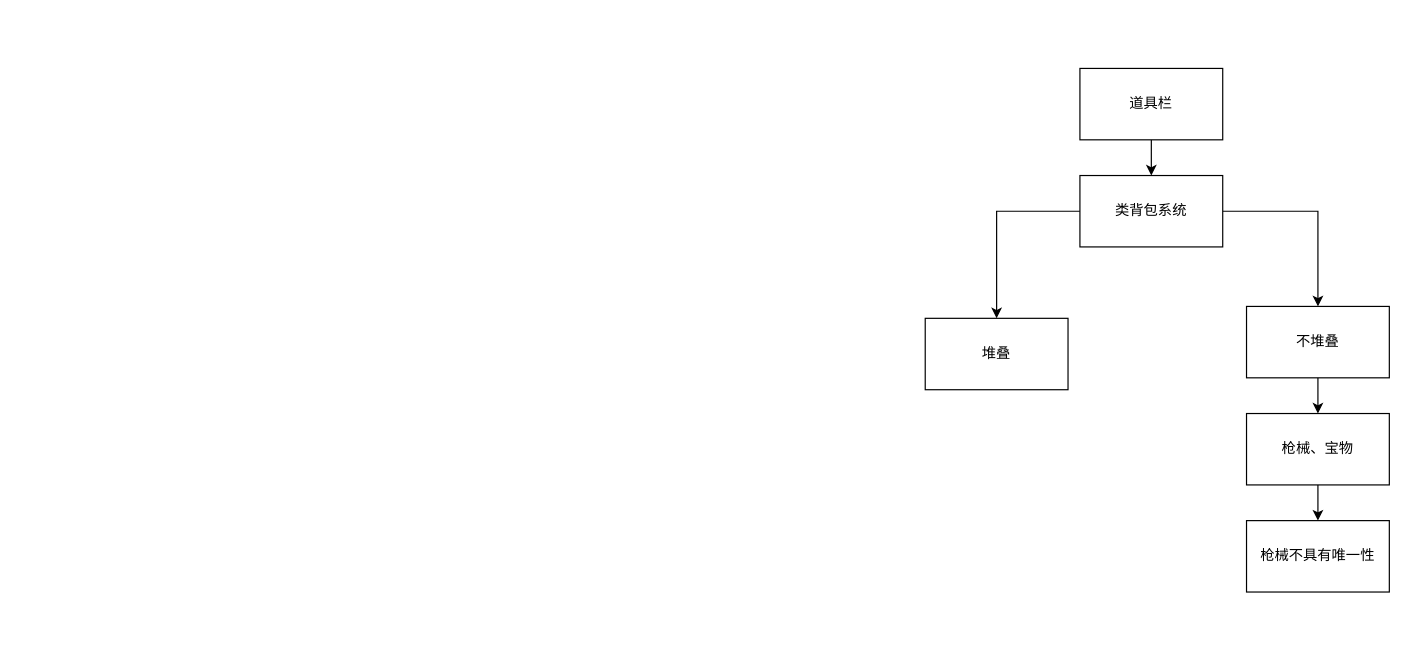
Before: 小镇玩法.drawio in junpfeng/UE, a draw.io diagram. Source tidied: cells renumbered, new cells numbered last; positions are measured from the earlier drawing's top-left corner, leaving out a move shared by most shapes. Both pictures are drawn from the tidied source at 119%, with x=0, y=0 at pixel (925, 68).
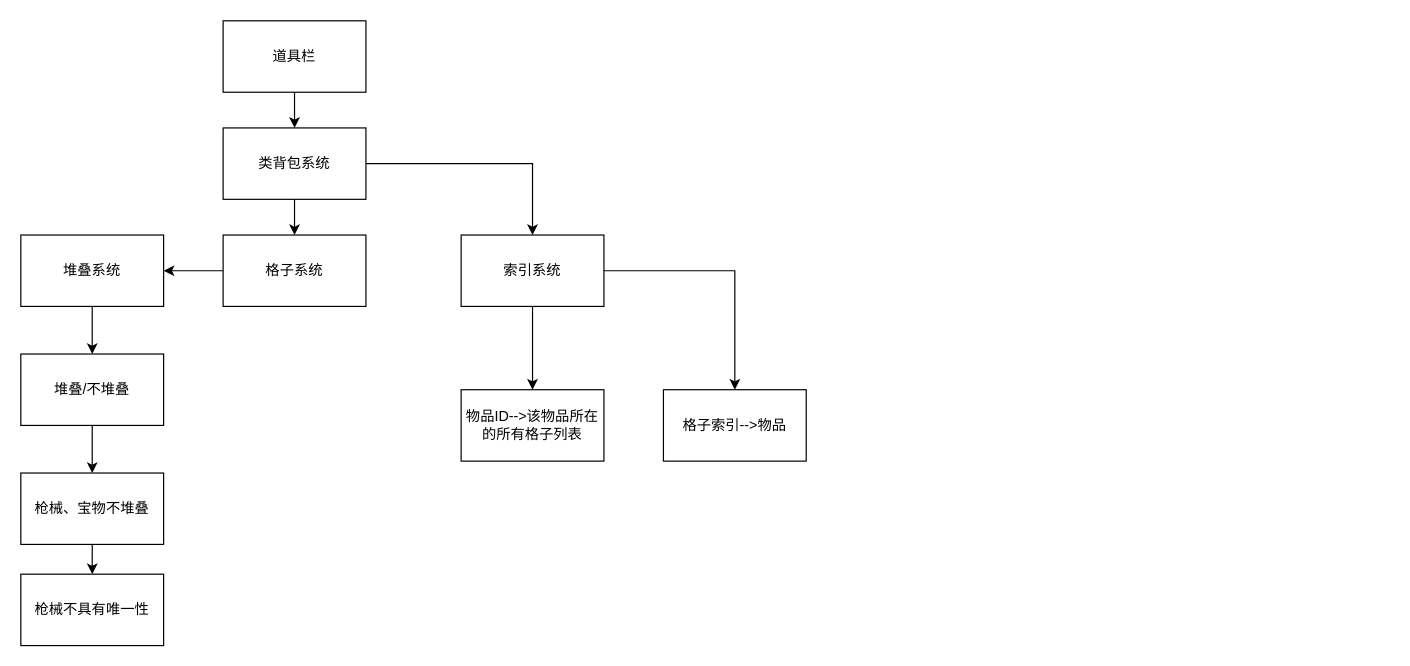
The same diagram, later.

Commit message (it also covers changes not shown here):
更新小镇玩法.drawio

What changed in the source:
```diff
@@
     <mxCell id="3" value="道具栏" style="rounded=0;whiteSpace=wrap;html=1;" parent="1" vertex="1">
-      <mxGeometry x="130" width="120" height="60" as="geometry" />
+      <mxGeometry x="-590" y="-40" width="120" height="60" as="geometry" />
     </mxCell>
-    <mxCell id="4" style="edgeStyle=orthogonalEdgeStyle;rounded=0;jettySize=auto;html=1;" parent="1" edge="1" source="6" target="7">
-      <mxGeometry relative="1" as="geometry" />
-    </mxCell>
-    <mxCell id="5" style="edgeStyle=orthogonalEdgeStyle;rounded=0;jettySize=auto;html=1;" parent="1" edge="1" source="6" target="9">
-      <mxGeometry relative="1" as="geometry" />
-    </mxCell>
+    <mxCell id="13" style="edgeStyle=orthogonalEdgeStyle;rounded=0;jettySize=auto;html=1;entryX=0.5;entryY=0;entryDx=0;entryDy=0;" parent="1" edge="1" source="6" target="17">
+      <mxGeometry relative="1" as="geometry" />
+    </mxCell>
+    <mxCell id="14" style="edgeStyle=orthogonalEdgeStyle;rounded=0;jettySize=auto;html=1;entryX=0.5;entryY=0;entryDx=0;entryDy=0;" parent="1" edge="1" source="6" target="20">
+      <mxGeometry relative="1" as="geometry" />
+    </mxCell>
     <mxCell id="6" value="类背包系统" style="rounded=0;whiteSpace=wrap;html=1;" parent="1" vertex="1">
-      <mxGeometry x="130" y="90" width="120" height="60" as="geometry" />
+      <mxGeometry x="-590" y="50" width="120" height="60" as="geometry" />
     </mxCell>
+    <mxCell id="15" style="edgeStyle=orthogonalEdgeStyle;rounded=0;jettySize=auto;html=1;" parent="1" edge="1" source="7" target="9">
+      <mxGeometry relative="1" as="geometry" />
+    </mxCell>
-    <mxCell id="7" value="堆叠" style="rounded=0;whiteSpace=wrap;html=1;" parent="1" vertex="1">
-      <mxGeometry y="210" width="120" height="60" as="geometry" />
+    <mxCell id="7" value="堆叠系统" style="rounded=0;whiteSpace=wrap;html=1;" parent="1" vertex="1">
+      <mxGeometry x="-760" y="140" width="120" height="60" as="geometry" />
     </mxCell>
@@
-    <mxCell id="9" value="不堆叠" style="rounded=0;whiteSpace=wrap;html=1;" parent="1" vertex="1">
-      <mxGeometry x="270" y="200" width="120" height="60" as="geometry" />
+    <mxCell id="9" value="堆叠/不堆叠" style="rounded=0;whiteSpace=wrap;html=1;" parent="1" vertex="1">
+      <mxGeometry x="-760" y="240" width="120" height="60" as="geometry" />
     </mxCell>
@@
-    <mxCell id="11" value="枪械、宝物" style="rounded=0;whiteSpace=wrap;html=1;" parent="1" vertex="1">
-      <mxGeometry x="270" y="290" width="120" height="60" as="geometry" />
+    <mxCell id="11" value="枪械、宝物不堆叠" style="rounded=0;whiteSpace=wrap;html=1;" parent="1" vertex="1">
+      <mxGeometry x="-760" y="340" width="120" height="60" as="geometry" />
     </mxCell>
     <mxCell id="12" value="枪械不具有唯一性" style="rounded=0;whiteSpace=wrap;html=1;" parent="1" vertex="1">
-      <mxGeometry x="270" y="380" width="120" height="60" as="geometry" />
+      <mxGeometry x="-760" y="425" width="120" height="60" as="geometry" />
     </mxCell>
+    <mxCell id="16" style="edgeStyle=orthogonalEdgeStyle;rounded=0;jettySize=auto;html=1;entryX=1;entryY=0.5;entryDx=0;entryDy=0;" parent="1" edge="1" source="17" target="7">
+      <mxGeometry relative="1" as="geometry" />
+    </mxCell>
+    <mxCell id="17" value="格子系统" style="rounded=0;whiteSpace=wrap;html=1;" parent="1" vertex="1">
+      <mxGeometry x="-590" y="140" width="120" height="60" as="geometry" />
+    </mxCell>
+    <mxCell id="18" style="edgeStyle=orthogonalEdgeStyle;rounded=0;jettySize=auto;html=1;" parent="1" edge="1" source="20" target="21">
+      <mxGeometry relative="1" as="geometry" />
+    </mxCell>
+    <mxCell id="19" style="edgeStyle=orthogonalEdgeStyle;rounded=0;jettySize=auto;html=1;" parent="1" edge="1" source="20" target="22">
+      <mxGeometry relative="1" as="geometry" />
+    </mxCell>
+    <mxCell id="20" value="索引系统" style="rounded=0;whiteSpace=wrap;html=1;" parent="1" vertex="1">
+      <mxGeometry x="-390" y="140" width="120" height="60" as="geometry" />
+    </mxCell>
+    <mxCell id="21" value="格子索引--&amp;gt;物品" style="rounded=0;whiteSpace=wrap;html=1;" parent="1" vertex="1">
+      <mxGeometry x="-220" y="270" width="120" height="60" as="geometry" />
+    </mxCell>
+    <mxCell id="22" value="物品ID--&amp;gt;该物品所在的所有格子列表" style="rounded=0;whiteSpace=wrap;html=1;" parent="1" vertex="1">
+      <mxGeometry x="-390" y="270" width="120" height="60" as="geometry" />
+    </mxCell>
```
